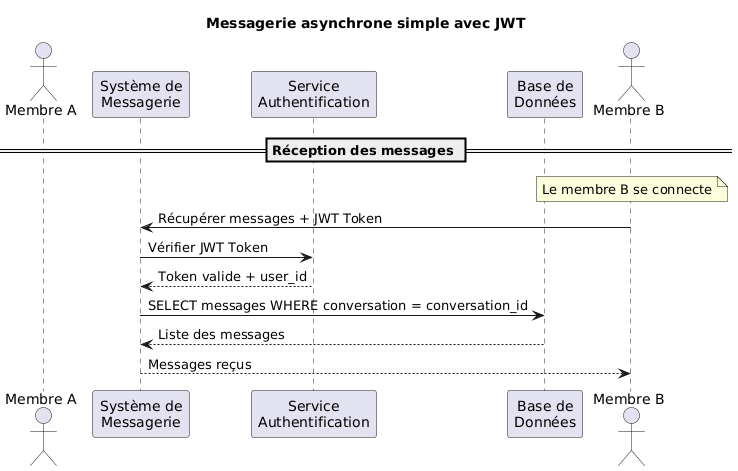
Earlier version of the PlantUML export conception/diagrams/sequence_diagram 2.png (LunaireFlare/orizon).
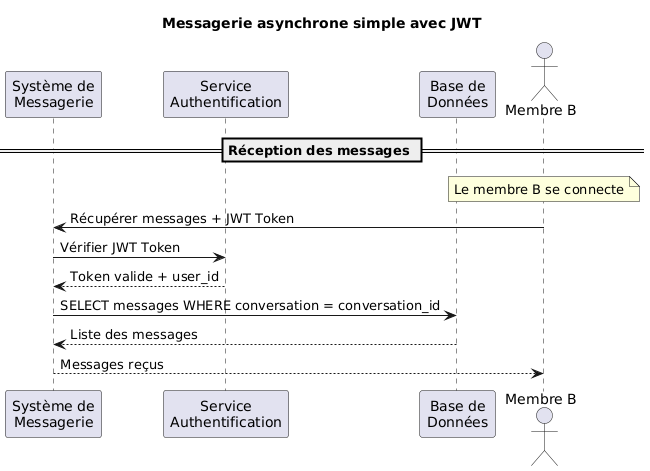
Above is the later version.

Commit message:
docs. activity & sequence diagram

Diff of the diagram source:
```diff
@@ -1,7 +1,6 @@
 @startuml
 title Messagerie asynchrone simple avec JWT
 
-actor "Membre A" as MA
 participant "Système de\nMessagerie" as SM
 participant "Service\nAuthentification" as AUTH
 participant "Base de\nDonnées" as BD
```
